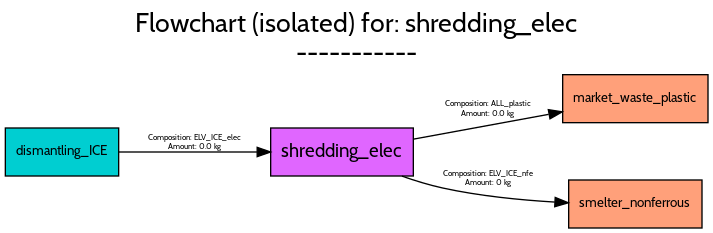
This is src/futuram/examples/ELV/figures/flowcharts/processes/png/shredding_elec.png from FutuRaM-Project/Recovery-Model, a Graphviz export, as it was before one commit. Its source is kept beside it as src/futuram/examples/ELV/figures/flowcharts/processes/dot/shredding_elec.dot. The source it was exported from:
```dot
digraph {
	graph [bb="0,0,527,167",
		font=Cabin,
		fontname=Cabin,
		fontsize=20,
		label="Flowchart (isolated) for: shredding_elec
-----------",
		labeljust=c,
		labelloc=tc,
		lheight=0.61,
		lp="263.5,141",
		lwidth=4.61,
		nodesep=0.6,
		rankdir=LR,
		ranksep=0.6
	];
	node [label="\N"];
	shredding_elec	[fillcolor=mediumorchid1,
		fontname=Cabin,
		fontsize=14,
		height=0.5,
		pos="252.5,57",
		shape=box,
		style=filled,
		width=1.4861];
	market_waste_plastic	[fillcolor=lightsalmon1,
		fontname=Cabin,
		fontsize=10,
		height=0.5,
		pos="472.5,97",
		shape=box,
		style=filled,
		width=1.5139];
	shredding_elec -> market_waste_plastic	[color=black,
		fontname=Cabin,
		fontsize=6,
		label="Composition: ALL_plastic
Amount: 0.0 kg",
		lp="362,89",
		pos="e,417.7,87.128 306.27,66.683 336.74,72.274 375.29,79.347 407.49,85.255"];
	smelter_nonferrous	[fillcolor=lightsalmon1,
		fontname=Cabin,
		fontsize=10,
		height=0.5,
		pos="472.5,18",
		shape=box,
		style=filled,
		width=1.3889];
	shredding_elec -> smelter_nonferrous	[color=black,
		fontname=Cabin,
		fontsize=6,
		label="Composition: ELV_ICE_nfe
Amount: 0 kg",
		lp="362,37",
		pos="e,422.21,18.912 297.45,38.904 307.35,35.438 317.92,32.207 328,30 355.27,24.028 386.06,20.983 412.1,19.447"];
	dismantling_ICE	[fillcolor=darkturquoise,
		fontname=Cabin,
		fontsize=10,
		height=0.5,
		pos="42.5,57",
		shape=box,
		style=filled,
		width=1.1806];
	dismantling_ICE -> shredding_elec	[color=black,
		fontname=Cabin,
		fontsize=6,
		label="Composition: ELV_ICE_elec
Amount: 0.0 kg",
		lp="142,64",
		pos="e,198.88,57 85.092,57 114.75,57 155.14,57 188.7,57"];
}
```
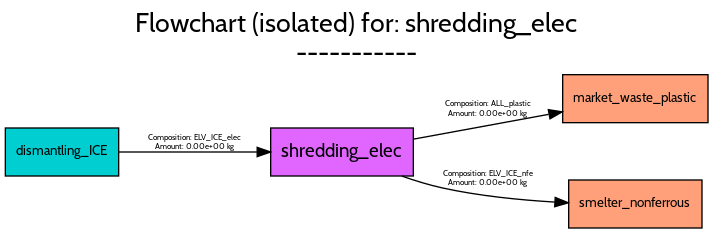
After the change.

Change to the diagram source:
```diff
@@ -35,7 +35,7 @@
 		fontname=Cabin,
 		fontsize=6,
 		label="Composition: ALL_plastic
-Amount: 0.0 kg",
+Amount: 0.00e+00 kg",
 		lp="362,89",
 		pos="e,417.7,87.128 306.27,66.683 336.74,72.274 375.29,79.347 407.49,85.255"];
 	smelter_nonferrous	[fillcolor=lightsalmon1,
@@ -50,7 +50,7 @@
 		fontname=Cabin,
 		fontsize=6,
 		label="Composition: ELV_ICE_nfe
-Amount: 0 kg",
+Amount: 0.00e+00 kg",
 		lp="362,37",
 		pos="e,422.21,18.912 297.45,38.904 307.35,35.438 317.92,32.207 328,30 355.27,24.028 386.06,20.983 412.1,19.447"];
 	dismantling_ICE	[fillcolor=darkturquoise,
@@ -65,7 +65,7 @@
 		fontname=Cabin,
 		fontsize=6,
 		label="Composition: ELV_ICE_elec
-Amount: 0.0 kg",
+Amount: 0.00e+00 kg",
 		lp="142,64",
 		pos="e,198.88,57 85.092,57 114.75,57 155.14,57 188.7,57"];
 }
```
